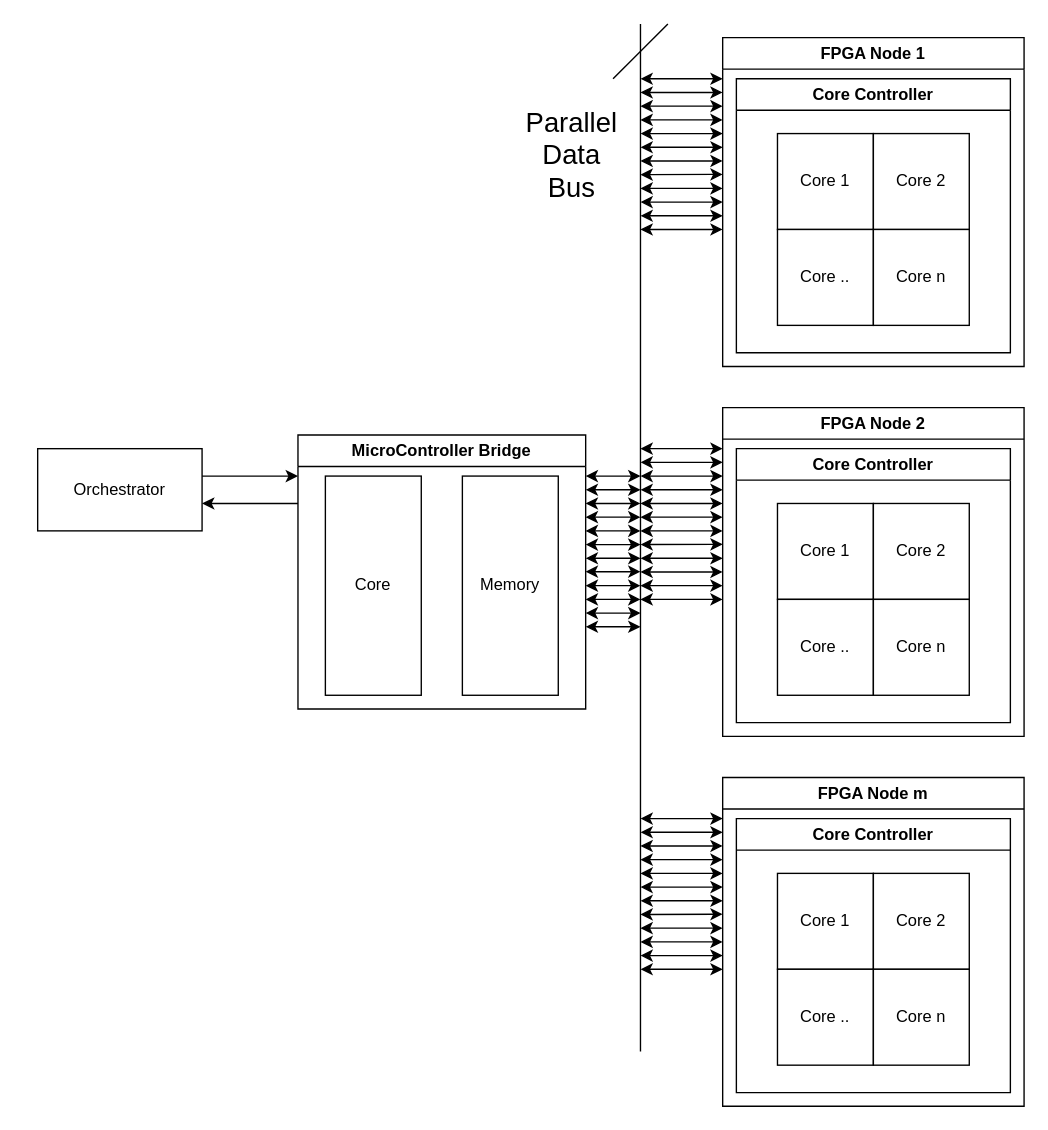
Before: figures/Builtable_architecture.drawio in Niclasapdk/ESD3_project, a draw.io diagram. Source tidied: cells renumbered, new cells numbered last; positions are measured from the earlier drawing's top-left corner, leaving out a move shared by most shapes. Both pictures are drawn from the tidied source at 137%, with x=0, y=0 at pixel (37, 23).
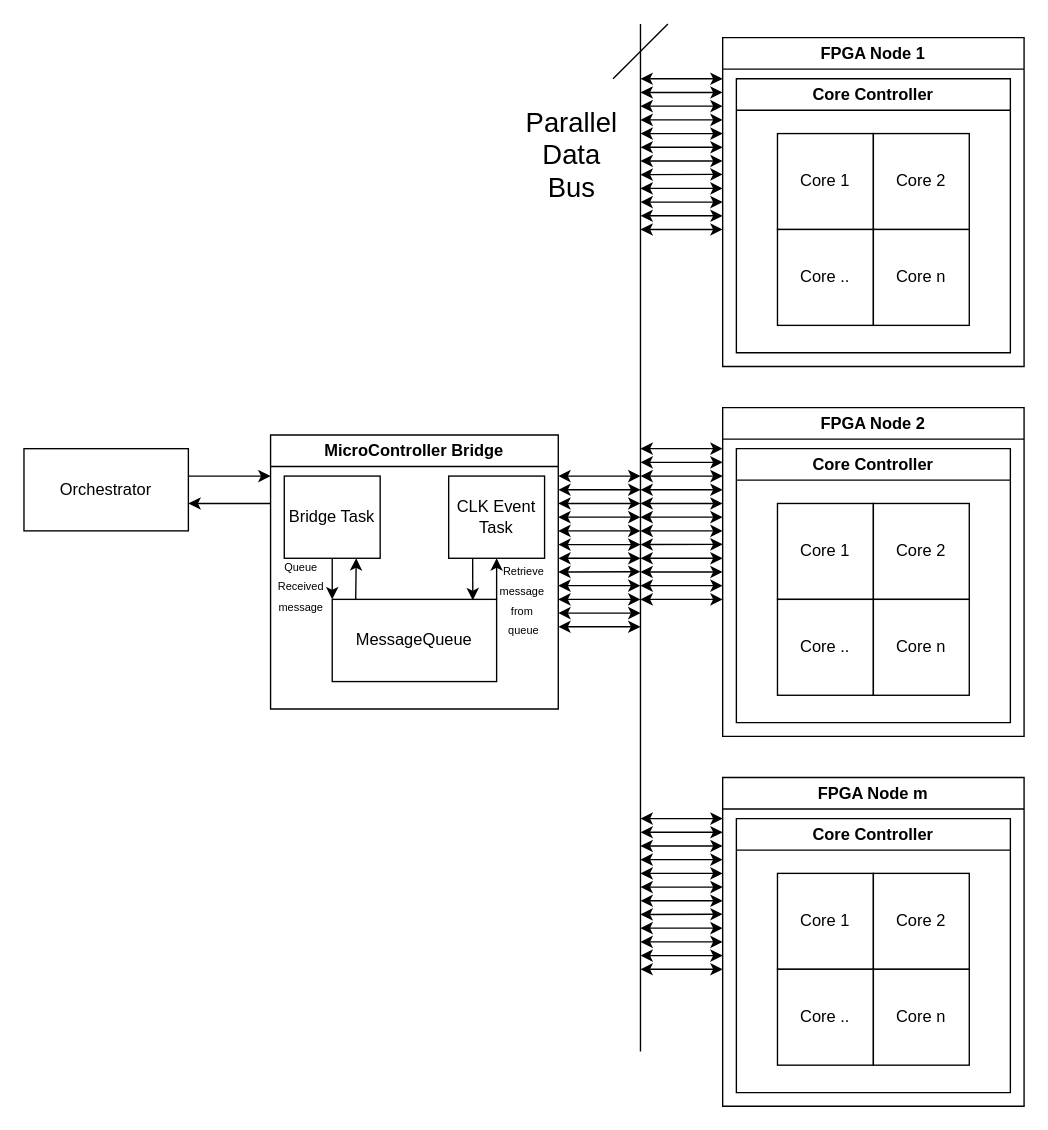
The same diagram, later.

The edit, as a diff of the source:
```diff
@@
     <mxCell id="2" value="MicroController Bridge" style="swimlane;whiteSpace=wrap;html=1;" parent="1" vertex="1">
-      <mxGeometry x="190" y="300" width="210" height="200" as="geometry" />
+      <mxGeometry x="170" y="300" width="210" height="200" as="geometry" />
     </mxCell>
-    <mxCell id="3" value="Core" style="rounded=0;whiteSpace=wrap;html=1;" parent="2" vertex="1">
-      <mxGeometry x="20" y="30" width="70" height="160" as="geometry" />
+    <mxCell id="3" value="Bridge Task" style="rounded=0;whiteSpace=wrap;html=1;" parent="2" vertex="1">
+      <mxGeometry x="10" y="30" width="70" height="60" as="geometry" />
     </mxCell>
-    <mxCell id="4" value="Memory" style="rounded=0;whiteSpace=wrap;html=1;" parent="2" vertex="1">
-      <mxGeometry x="120" y="30" width="70" height="160" as="geometry" />
+    <mxCell id="4" value="CLK Event Task" style="rounded=0;whiteSpace=wrap;html=1;" parent="2" vertex="1">
+      <mxGeometry x="130" y="30" width="70" height="60" as="geometry" />
     </mxCell>
+    <mxCell id="77" value="MessageQueue" style="rounded=0;whiteSpace=wrap;html=1;" parent="2" vertex="1">
+      <mxGeometry x="45" y="120" width="120" height="60" as="geometry" />
+    </mxCell>
+    <mxCell id="78" style="endArrow=classic;html=1;rounded=0;exitX=0.5;exitY=1;exitDx=0;exitDy=0;entryX=0;entryY=0;entryDx=0;entryDy=0;" parent="2" edge="1" source="3" target="77">
+      <mxGeometry relative="1" as="geometry" />
+    </mxCell>
+    <mxCell id="79" style="endArrow=classic;html=1;rounded=0;entryX=0.5;entryY=1;entryDx=0;entryDy=0;exitX=1;exitY=0;exitDx=0;exitDy=0;" parent="2" edge="1" source="77" target="4">
+      <mxGeometry relative="1" as="geometry" />
+    </mxCell>
+    <mxCell id="80" value="&lt;font style=&quot;font-size: 8px;&quot;&gt;Queue Received message&lt;br&gt;&lt;/font&gt;" style="text;html=1;strokeColor=none;fillColor=none;align=center;verticalAlign=middle;whiteSpace=wrap;rounded=0;" parent="2" vertex="1">
+      <mxGeometry y="100" width="45" height="20" as="geometry" />
+    </mxCell>
+    <mxCell id="81" value="&lt;div&gt;&lt;font style=&quot;font-size: 8px;&quot;&gt;Retrieve message&amp;nbsp;&lt;/font&gt;&lt;/div&gt;&lt;div&gt;&lt;font style=&quot;font-size: 8px;&quot;&gt;from&amp;nbsp;&lt;/font&gt;&lt;/div&gt;&lt;div&gt;&lt;font style=&quot;font-size: 8px;&quot;&gt;queue&lt;/font&gt;&lt;/div&gt;" style="text;html=1;strokeColor=none;fillColor=none;align=center;verticalAlign=middle;whiteSpace=wrap;rounded=0;" parent="2" vertex="1">
+      <mxGeometry x="170" y="110" width="30" height="20" as="geometry" />
+    </mxCell>
+    <mxCell id="82" style="endArrow=classic;html=1;rounded=0;entryX=0.855;entryY=0.011;entryDx=0;entryDy=0;exitX=0.25;exitY=1;exitDx=0;exitDy=0;entryPerimeter=0;" parent="2" edge="1" source="4" target="77">
+      <mxGeometry relative="1" as="geometry" />
+    </mxCell>
+    <mxCell id="83" style="endArrow=classic;html=1;rounded=0;entryX=0.75;entryY=1;entryDx=0;entryDy=0;exitX=0.143;exitY=-0.004;exitDx=0;exitDy=0;exitPerimeter=0;" parent="2" edge="1" source="77" target="3">
+      <mxGeometry relative="1" as="geometry" />
+    </mxCell>
@@
     <mxCell id="11" value="Orchestrator" style="rounded=0;whiteSpace=wrap;html=1;" parent="1" vertex="1">
-      <mxGeometry y="310" width="120" height="60" as="geometry" />
+      <mxGeometry x="-10" y="310" width="120" height="60" as="geometry" />
     </mxCell>
@@
     <mxCell id="24" style="endArrow=classic;html=1;rounded=0;" parent="1" edge="1">
       <mxGeometry relative="1" as="geometry">
-        <mxPoint x="120" y="330" as="sourcePoint" />
-        <mxPoint x="190" y="330" as="targetPoint" />
+        <mxPoint x="110" y="330" as="sourcePoint" />
+        <mxPoint x="170" y="330" as="targetPoint" />
       </mxGeometry>
     </mxCell>
     <mxCell id="25" style="endArrow=classic;html=1;rounded=0;exitX=0;exitY=0.25;exitDx=0;exitDy=0;" parent="1" edge="1" source="2">
       <mxGeometry relative="1" as="geometry">
-        <mxPoint x="120" y="350" as="targetPoint" />
+        <mxPoint x="110" y="350" as="targetPoint" />
       </mxGeometry>
     </mxCell>
@@
     <mxCell id="29" style="endArrow=classic;startArrow=classic;html=1;rounded=0;" parent="1" edge="1">
       <mxGeometry relative="1" as="geometry">
         <mxPoint x="440" y="330" as="sourcePoint" />
-        <mxPoint x="400" y="330" as="targetPoint" />
+        <mxPoint x="380" y="330" as="targetPoint" />
       </mxGeometry>
     </mxCell>
     <mxCell id="30" style="endArrow=classic;startArrow=classic;html=1;rounded=0;" parent="1" edge="1">
       <mxGeometry relative="1" as="geometry">
         <mxPoint x="440" y="340" as="sourcePoint" />
-        <mxPoint x="400" y="340" as="targetPoint" />
+        <mxPoint x="380" y="340" as="targetPoint" />
       </mxGeometry>
     </mxCell>
-    <mxCell id="31" style="endArrow=classic;startArrow=classic;html=1;rounded=0;" parent="1" edge="1">
+    <mxCell id="31" style="endArrow=classic;startArrow=classic;html=1;rounded=0;entryX=1;entryY=0.25;entryDx=0;entryDy=0;" parent="1" edge="1" target="2">
       <mxGeometry relative="1" as="geometry">
         <mxPoint x="440" y="350" as="sourcePoint" />
-        <mxPoint x="400" y="350" as="targetPoint" />
       </mxGeometry>
     </mxCell>
     <mxCell id="32" style="endArrow=classic;startArrow=classic;html=1;rounded=0;" parent="1" edge="1">
       <mxGeometry relative="1" as="geometry">
         <mxPoint x="440" y="360" as="sourcePoint" />
-        <mxPoint x="400" y="360" as="targetPoint" />
+        <mxPoint x="380" y="360" as="targetPoint" />
       </mxGeometry>
     </mxCell>
     <mxCell id="33" style="endArrow=classic;startArrow=classic;html=1;rounded=0;" parent="1" edge="1">
       <mxGeometry relative="1" as="geometry">
         <mxPoint x="440" y="370" as="sourcePoint" />
-        <mxPoint x="400" y="370" as="targetPoint" />
+        <mxPoint x="380" y="370" as="targetPoint" />
       </mxGeometry>
     </mxCell>
     <mxCell id="34" style="endArrow=classic;startArrow=classic;html=1;rounded=0;" parent="1" edge="1">
       <mxGeometry relative="1" as="geometry">
         <mxPoint x="440" y="380" as="sourcePoint" />
-        <mxPoint x="400" y="380" as="targetPoint" />
+        <mxPoint x="380" y="380" as="targetPoint" />
       </mxGeometry>
     </mxCell>
     <mxCell id="35" style="endArrow=classic;startArrow=classic;html=1;rounded=0;" parent="1" edge="1">
       <mxGeometry relative="1" as="geometry">
         <mxPoint x="440" y="390" as="sourcePoint" />
-        <mxPoint x="400" y="390" as="targetPoint" />
+        <mxPoint x="380" y="390" as="targetPoint" />
       </mxGeometry>
     </mxCell>
-    <mxCell id="36" style="endArrow=classic;startArrow=classic;html=1;rounded=0;" parent="1" edge="1">
+    <mxCell id="36" style="endArrow=classic;startArrow=classic;html=1;rounded=0;entryX=1;entryY=0.5;entryDx=0;entryDy=0;" parent="1" edge="1" target="2">
       <mxGeometry relative="1" as="geometry">
         <mxPoint x="440" y="399.8" as="sourcePoint" />
-        <mxPoint x="400" y="399.8" as="targetPoint" />
       </mxGeometry>
     </mxCell>
     <mxCell id="37" style="endArrow=classic;startArrow=classic;html=1;rounded=0;" parent="1" edge="1">
       <mxGeometry relative="1" as="geometry">
         <mxPoint x="440" y="410" as="sourcePoint" />
-        <mxPoint x="400" y="410" as="targetPoint" />
+        <mxPoint x="380" y="410" as="targetPoint" />
       </mxGeometry>
     </mxCell>
     <mxCell id="38" style="endArrow=classic;startArrow=classic;html=1;rounded=0;" parent="1" edge="1">
       <mxGeometry relative="1" as="geometry">
         <mxPoint x="440" y="420" as="sourcePoint" />
-        <mxPoint x="400" y="420" as="targetPoint" />
+        <mxPoint x="380" y="420" as="targetPoint" />
       </mxGeometry>
     </mxCell>
     <mxCell id="39" style="endArrow=classic;startArrow=classic;html=1;rounded=0;" parent="1" edge="1">
       <mxGeometry relative="1" as="geometry">
         <mxPoint x="440" y="430" as="sourcePoint" />
-        <mxPoint x="400" y="430" as="targetPoint" />
+        <mxPoint x="380" y="430" as="targetPoint" />
       </mxGeometry>
     </mxCell>
     <mxCell id="40" style="endArrow=classic;startArrow=classic;html=1;rounded=0;" parent="1" edge="1">
       <mxGeometry relative="1" as="geometry">
         <mxPoint x="440" y="440" as="sourcePoint" />
-        <mxPoint x="400" y="440" as="targetPoint" />
+        <mxPoint x="380" y="440" as="targetPoint" />
       </mxGeometry>
     </mxCell>
```
